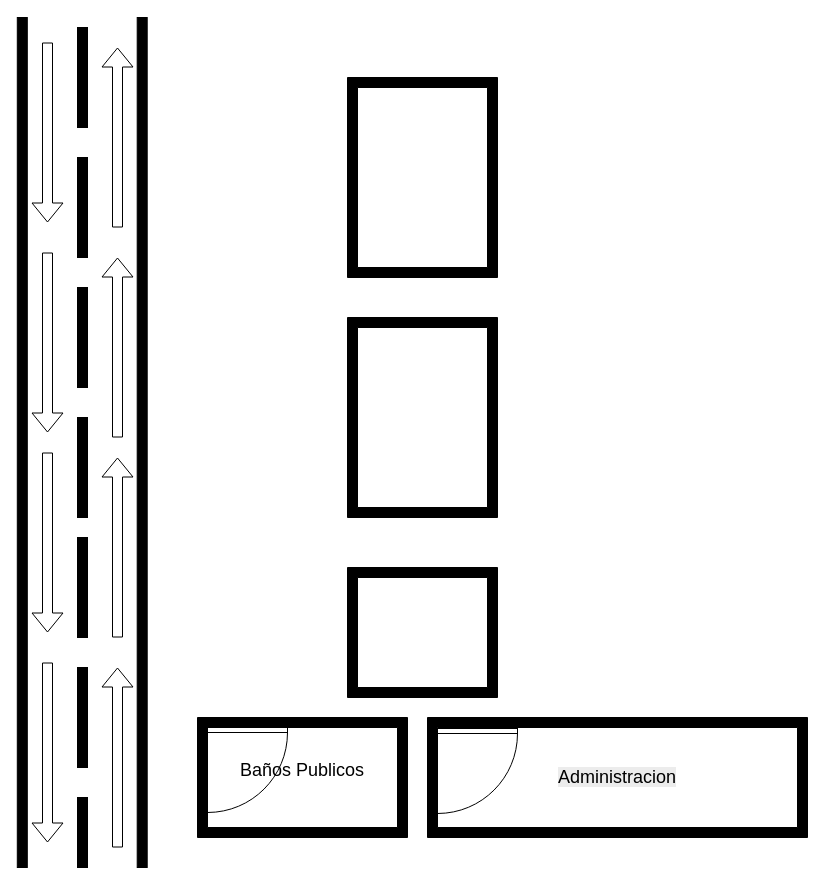
Before: Diagrama sin título.drawio in artherx/Dese-o-Estacion, a draw.io diagram. Source tidied: cells renumbered, new cells numbered last; positions are measured from the earlier drawing's top-left corner, leaving out a move shared by most shapes. Both pictures are drawn from the tidied source at 100%, with x=0, y=0 at pixel (17, 17).
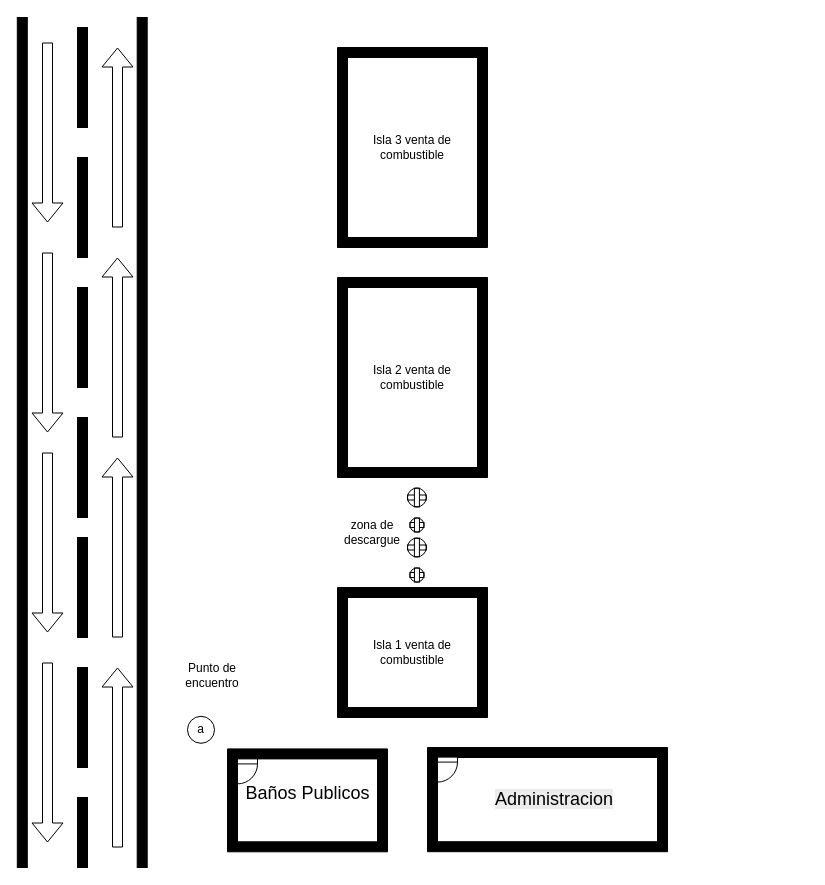
After the change.

Change to the diagram source:
```diff
@@
     <mxCell id="2" style="group;" parent="1" vertex="1">
-      <mxGeometry x="180" y="700" width="210" height="120" as="geometry" />
+      <mxGeometry x="210" y="731.4" width="160" height="102.9" as="geometry" />
     </mxCell>
     <mxCell id="3" style="verticalLabelPosition=bottom;html=1;verticalAlign=top;align=center;shape=mxgraph.floorplan.room;fillColor=strokeColor;" parent="2" vertex="1">
-      <mxGeometry width="210" height="120" as="geometry" />
+      <mxGeometry width="160" height="102.9" as="geometry" />
     </mxCell>
     <mxCell id="4" value="&lt;font style=&quot;font-size: 18px;&quot;&gt;Baños Publicos&lt;/font&gt;" style="text;strokeColor=none;align=center;fillColor=none;html=1;verticalAlign=middle;whiteSpace=wrap;rounded=0;" parent="2" vertex="1">
-      <mxGeometry x="10" y="22.5" width="190" height="60" as="geometry" />
+      <mxGeometry x="7.6" y="19.3" width="144.8" height="51.4" as="geometry" />
     </mxCell>
     <mxCell id="5" style="verticalLabelPosition=bottom;html=1;verticalAlign=top;align=center;shape=mxgraph.floorplan.doorLeft;" parent="2" vertex="1">
-      <mxGeometry x="10" y="10" width="80" height="85" as="geometry" />
+      <mxGeometry x="10" y="10" width="20" height="21.2" as="geometry" />
     </mxCell>
     <mxCell id="6" style="group;" parent="1" vertex="1">
-      <mxGeometry x="410" y="700" width="380" height="120" as="geometry" />
+      <mxGeometry x="410" y="730" width="240" height="104.2" as="geometry" />
     </mxCell>
     <mxCell id="7" style="verticalLabelPosition=bottom;html=1;verticalAlign=top;align=center;shape=mxgraph.floorplan.room;fillColor=strokeColor;" parent="6" vertex="1">
-      <mxGeometry width="380" height="120" as="geometry" />
+      <mxGeometry width="240" height="104.2" as="geometry" />
     </mxCell>
     <mxCell id="8" style="verticalLabelPosition=bottom;html=1;verticalAlign=top;align=center;shape=mxgraph.floorplan.doorLeft;" parent="6" vertex="1">
-      <mxGeometry x="10" y="11" width="80" height="85" as="geometry" />
+      <mxGeometry x="10" y="9.6" width="20" height="21.2" as="geometry" />
     </mxCell>
     <mxCell id="9" value="&lt;span style=&quot;color: rgb(0, 0, 0); font-family: Helvetica; font-size: 18px; font-style: normal; font-variant-ligatures: normal; font-variant-caps: normal; font-weight: 400; letter-spacing: normal; orphans: 2; text-indent: 0px; text-transform: none; widows: 2; word-spacing: 0px; -webkit-text-stroke-width: 0px; white-space: normal; background-color: rgb(236, 236, 236); text-decoration-thickness: initial; text-decoration-style: initial; text-decoration-color: initial; float: none; display: inline !important;&quot;&gt;Administracion&lt;/span&gt;" style="text;whiteSpace=wrap;html=1;align=center;verticalAlign=middle;" parent="6" vertex="1">
-      <mxGeometry x="10" y="10" width="360" height="100" as="geometry" />
+      <mxGeometry x="20" y="8.7" width="213.7" height="86.8" as="geometry" />
     </mxCell>
-    <mxCell id="10" style="verticalLabelPosition=bottom;html=1;verticalAlign=top;align=center;shape=mxgraph.floorplan.room;fillColor=strokeColor;" parent="1" vertex="1">
-      <mxGeometry x="330" y="550" width="150" height="130" as="geometry" />
-    </mxCell>
-    <mxCell id="11" style="verticalLabelPosition=bottom;html=1;verticalAlign=top;align=center;shape=mxgraph.floorplan.room;fillColor=strokeColor;" parent="1" vertex="1">
-      <mxGeometry x="330" y="300" width="150" height="200" as="geometry" />
-    </mxCell>
-    <mxCell id="12" style="verticalLabelPosition=bottom;html=1;verticalAlign=top;align=center;shape=mxgraph.floorplan.room;fillColor=strokeColor;" parent="1" vertex="1">
-      <mxGeometry x="330" y="60" width="150" height="200" as="geometry" />
-    </mxCell>
@@
+    <mxCell id="31" style="group;" parent="1" vertex="1">
+      <mxGeometry x="160" y="630" width="70" height="95.8" as="geometry" />
+    </mxCell>
+    <mxCell id="32" value="a" style="ellipse;whiteSpace=wrap;html=1;" parent="31" vertex="1">
+      <mxGeometry x="10" y="68.8" width="27" height="27" as="geometry" />
+    </mxCell>
+    <mxCell id="33" value="Punto de encuentro" style="text;strokeColor=none;align=center;fillColor=none;html=1;verticalAlign=middle;whiteSpace=wrap;rounded=0;" parent="31" vertex="1">
+      <mxGeometry width="70" height="55" as="geometry" />
+    </mxCell>
+    <mxCell id="34" style="group;" parent="1" vertex="1">
+      <mxGeometry x="320" y="570" width="150" height="130" as="geometry" />
+    </mxCell>
+    <mxCell id="10" style="verticalLabelPosition=bottom;html=1;verticalAlign=top;align=center;shape=mxgraph.floorplan.room;fillColor=strokeColor;" parent="34" vertex="1">
+      <mxGeometry width="150" height="130" as="geometry" />
+    </mxCell>
+    <mxCell id="35" value="Isla 1 venta de combustible" style="text;strokeColor=none;align=center;fillColor=none;html=1;verticalAlign=middle;whiteSpace=wrap;rounded=0;" parent="34" vertex="1">
+      <mxGeometry x="10" y="10" width="130" height="110" as="geometry" />
+    </mxCell>
+    <mxCell id="36" style="group;" parent="1" vertex="1">
+      <mxGeometry x="320" y="460" width="88.8" height="110" as="geometry" />
+    </mxCell>
+    <mxCell id="37" style="group;" parent="36" vertex="1">
+      <mxGeometry x="70" y="10" width="18.8" height="45" as="geometry" />
+    </mxCell>
+    <mxCell id="38" style="verticalLabelPosition=bottom;html=1;verticalAlign=top;align=center;shape=mxgraph.floorplan.doorRevolving;" parent="37" vertex="1">
+      <mxGeometry x="2.4" y="30" width="14.1" height="15" as="geometry" />
+    </mxCell>
+    <mxCell id="39" style="verticalLabelPosition=bottom;html=1;verticalAlign=top;align=center;shape=mxgraph.floorplan.doorRevolving;" parent="37" vertex="1">
+      <mxGeometry width="18.8" height="20" as="geometry" />
+    </mxCell>
+    <mxCell id="40" style="group;" parent="36" vertex="1">
+      <mxGeometry x="70" y="60" width="18.8" height="45" as="geometry" />
+    </mxCell>
+    <mxCell id="41" style="verticalLabelPosition=bottom;html=1;verticalAlign=top;align=center;shape=mxgraph.floorplan.doorRevolving;" parent="40" vertex="1">
+      <mxGeometry x="2.4" y="30" width="14.1" height="15" as="geometry" />
+    </mxCell>
+    <mxCell id="42" style="verticalLabelPosition=bottom;html=1;verticalAlign=top;align=center;shape=mxgraph.floorplan.doorRevolving;" parent="40" vertex="1">
+      <mxGeometry width="18.8" height="20" as="geometry" />
+    </mxCell>
+    <mxCell id="43" value="zona de descargue" style="text;strokeColor=none;align=center;fillColor=none;html=1;verticalAlign=middle;whiteSpace=wrap;rounded=0;" parent="36" vertex="1">
+      <mxGeometry width="70" height="110" as="geometry" />
+    </mxCell>
+    <mxCell id="44" style="group;" parent="1" vertex="1">
+      <mxGeometry x="320" y="30" width="150" height="200" as="geometry" />
+    </mxCell>
+    <mxCell id="12" style="verticalLabelPosition=bottom;html=1;verticalAlign=top;align=center;shape=mxgraph.floorplan.room;fillColor=strokeColor;" parent="44" vertex="1">
+      <mxGeometry width="150" height="200" as="geometry" />
+    </mxCell>
+    <mxCell id="45" value="Isla 3 venta de combustible" style="text;strokeColor=none;align=center;fillColor=none;html=1;verticalAlign=middle;whiteSpace=wrap;rounded=0;" parent="44" vertex="1">
+      <mxGeometry x="10" y="10" width="130" height="180" as="geometry" />
+    </mxCell>
+    <mxCell id="46" style="group;" parent="1" vertex="1">
+      <mxGeometry x="320" y="260" width="150" height="200" as="geometry" />
+    </mxCell>
+    <mxCell id="11" style="verticalLabelPosition=bottom;html=1;verticalAlign=top;align=center;shape=mxgraph.floorplan.room;fillColor=strokeColor;" parent="46" vertex="1">
+      <mxGeometry width="150" height="200" as="geometry" />
+    </mxCell>
+    <mxCell id="47" value="Isla 2 venta de combustible" style="text;strokeColor=none;align=center;fillColor=none;html=1;verticalAlign=middle;whiteSpace=wrap;rounded=0;" parent="46" vertex="1">
+      <mxGeometry x="10" y="10" width="130" height="180" as="geometry" />
+    </mxCell>
```
